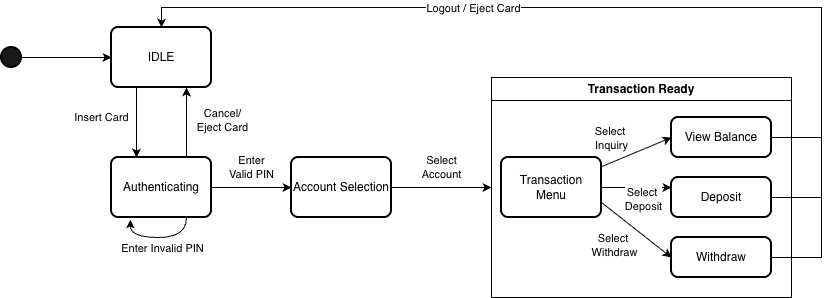
Before: docs/atm.drawio.png, a diagram exported from draw.io (swjeon2/ATM-controller). Source tidied: cells renumbered, new cells last; positions are measured from the earlier drawing's top-left corner, leaving out a move shared by most shapes.
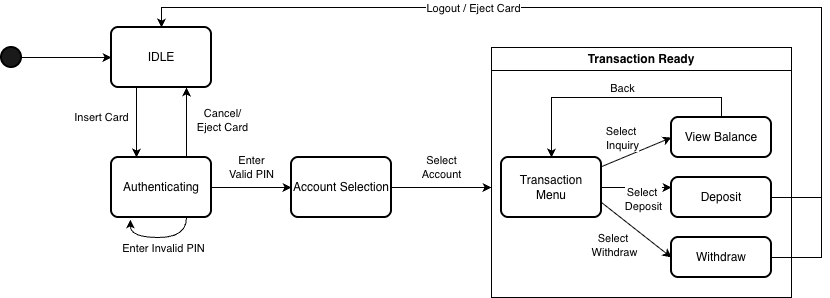
Above is the later version.

The edit, as a diff of the source:
```diff
@@ -39,14 +39,14 @@
       <mxGeometry x="290" y="150" width="100" height="60" as="geometry" />
     </mxCell>
     <mxCell id="12" value="Transaction Ready" style="swimlane;whiteSpace=wrap;html=1;startSize=23;" parent="1" vertex="1">
-      <mxGeometry x="490" y="70" width="300" height="220" as="geometry" />
+      <mxGeometry x="490" y="40" width="300" height="250" as="geometry" />
     </mxCell>
     <mxCell id="13" style="rounded=0;jettySize=auto;html=1;entryX=0;entryY=0.5;entryDx=0;entryDy=0;" parent="12" edge="1" source="17" target="18">
       <mxGeometry relative="1" as="geometry" />
     </mxCell>
     <mxCell id="14" value="Select&amp;nbsp;&lt;div&gt;Inquiry&lt;/div&gt;" style="edgeLabel;html=1;align=center;verticalAlign=middle;" parent="13" vertex="1">
       <mxGeometry x="-0.05" relative="1" as="geometry">
-        <mxPoint x="-23" y="-15" as="offset" />
+        <mxPoint x="-13" y="-15" as="offset" />
       </mxGeometry>
     </mxCell>
     <mxCell id="15" style="edgeStyle=orthogonalEdgeStyle;rounded=0;jettySize=auto;html=1;entryX=0;entryY=0.25;entryDx=0;entryDy=0;" parent="12" edge="1" source="17" target="19">
@@ -56,36 +56,40 @@
       <mxGeometry relative="1" as="geometry" />
     </mxCell>
     <mxCell id="17" value="Transaction&lt;br&gt;Menu" style="rounded=1;whiteSpace=wrap;html=1;absoluteArcSize=1;arcSize=14;strokeWidth=2;" parent="12" vertex="1">
-      <mxGeometry x="10" y="80" width="100" height="60" as="geometry" />
+      <mxGeometry x="10" y="110" width="100" height="60" as="geometry" />
     </mxCell>
+    <mxCell id="29" style="edgeStyle=orthogonalEdgeStyle;rounded=0;jettySize=auto;html=1;exitX=0.5;exitY=0;exitDx=0;exitDy=0;entryX=0.5;entryY=0;entryDx=0;entryDy=0;" parent="12" edge="1" source="18" target="17">
+      <mxGeometry relative="1" as="geometry">
+        <Array as="points">
+          <mxPoint x="230" y="50" />
+          <mxPoint x="60" y="50" />
+        </Array>
+      </mxGeometry>
+    </mxCell>
+    <mxCell id="30" value="Back" style="edgeLabel;html=1;align=center;verticalAlign=middle;" parent="29" vertex="1">
+      <mxGeometry x="-0.03" y="1" relative="1" as="geometry">
+        <mxPoint x="1" y="-11" as="offset" />
+      </mxGeometry>
+    </mxCell>
     <mxCell id="18" value="View Balance" style="rounded=1;whiteSpace=wrap;html=1;absoluteArcSize=1;arcSize=14;strokeWidth=2;" parent="12" vertex="1">
-      <mxGeometry x="180" y="40" width="100" height="40" as="geometry" />
+      <mxGeometry x="180" y="70" width="100" height="40" as="geometry" />
     </mxCell>
     <mxCell id="19" value="Deposit" style="rounded=1;whiteSpace=wrap;html=1;absoluteArcSize=1;arcSize=14;strokeWidth=2;" parent="12" vertex="1">
-      <mxGeometry x="180" y="100" width="100" height="40" as="geometry" />
+      <mxGeometry x="180" y="130" width="100" height="40" as="geometry" />
     </mxCell>
     <mxCell id="20" value="Withdraw" style="rounded=1;whiteSpace=wrap;html=1;absoluteArcSize=1;arcSize=14;strokeWidth=2;" parent="12" vertex="1">
-      <mxGeometry x="180" y="160" width="100" height="40" as="geometry" />
+      <mxGeometry x="180" y="190" width="100" height="40" as="geometry" />
     </mxCell>
     <mxCell id="21" value="Select&amp;nbsp;&lt;div&gt;Deposit&lt;/div&gt;" style="edgeLabel;html=1;align=center;verticalAlign=middle;" parent="12" vertex="1">
-      <mxGeometry x="150" y="100" as="geometry">
+      <mxGeometry x="150" y="130" as="geometry">
         <mxPoint x="1" y="21" as="offset" />
       </mxGeometry>
     </mxCell>
     <mxCell id="22" value="Select&amp;nbsp;&lt;div&gt;Withdraw&lt;/div&gt;" style="edgeLabel;html=1;align=center;verticalAlign=middle;" parent="12" vertex="1">
-      <mxGeometry x="130" y="170" as="geometry">
+      <mxGeometry x="130" y="200" as="geometry">
         <mxPoint x="-8" y="-3" as="offset" />
       </mxGeometry>
     </mxCell>
-    <mxCell id="23" style="edgeStyle=orthogonalEdgeStyle;rounded=0;jettySize=auto;html=1;exitX=1;exitY=0.5;exitDx=0;exitDy=0;entryX=0.5;entryY=0;entryDx=0;entryDy=0;" parent="1" edge="1" source="18" target="4">
-      <mxGeometry relative="1" as="geometry">
-        <Array as="points">
-          <mxPoint x="820" y="130" />
-          <mxPoint x="820" />
-          <mxPoint x="160" />
-        </Array>
-      </mxGeometry>
-    </mxCell>
     <mxCell id="24" style="edgeStyle=orthogonalEdgeStyle;rounded=0;jettySize=auto;html=1;entryX=0.5;entryY=0;entryDx=0;entryDy=0;" parent="1" edge="1" source="19" target="4">
       <mxGeometry relative="1" as="geometry">
         <Array as="points">
```
